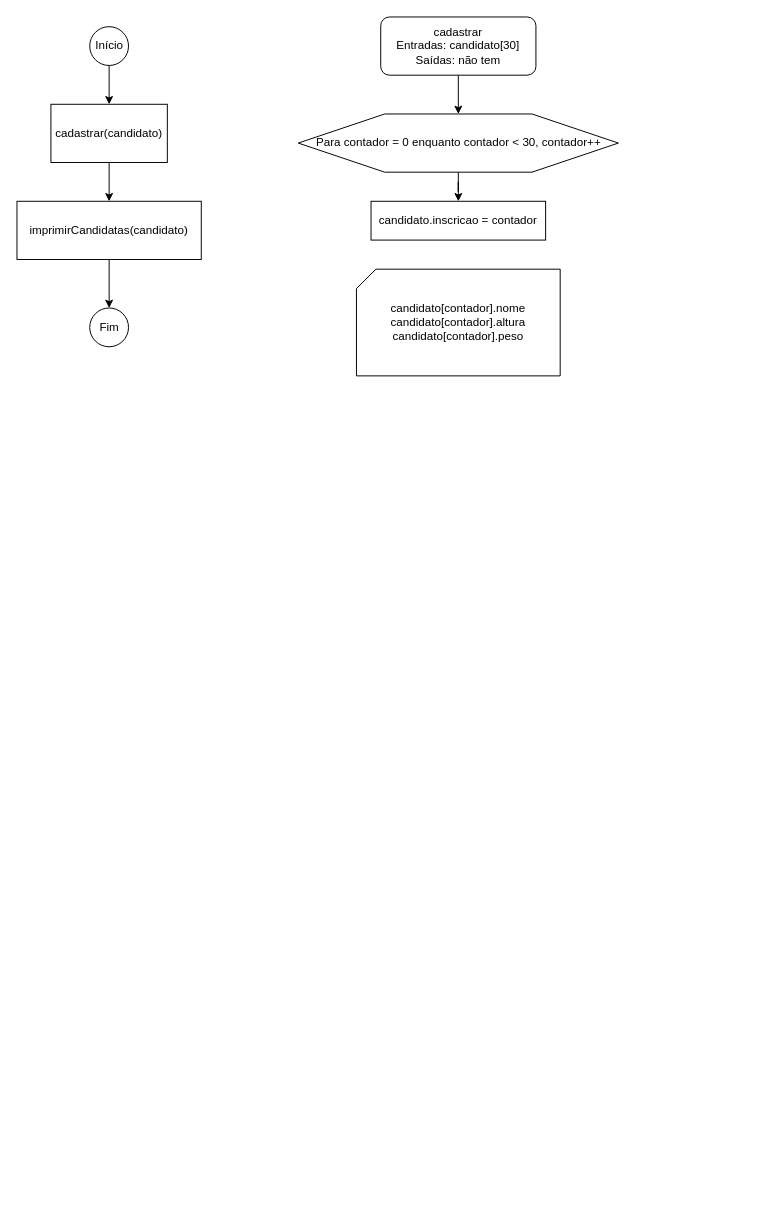
This is semestre01/LOG1/Listas/Lista5-Estruturas/diagramas/ex1.drawio from Marchinner/Faculdade, a draw.io file, before an edit. Source tidied: cells renumbered, new cells numbered last; positions are measured from the earlier drawing's top-left corner, leaving out a move shared by most shapes. Both pictures are drawn from the tidied source at 97%, with x=0, y=0 at pixel (16, 16).
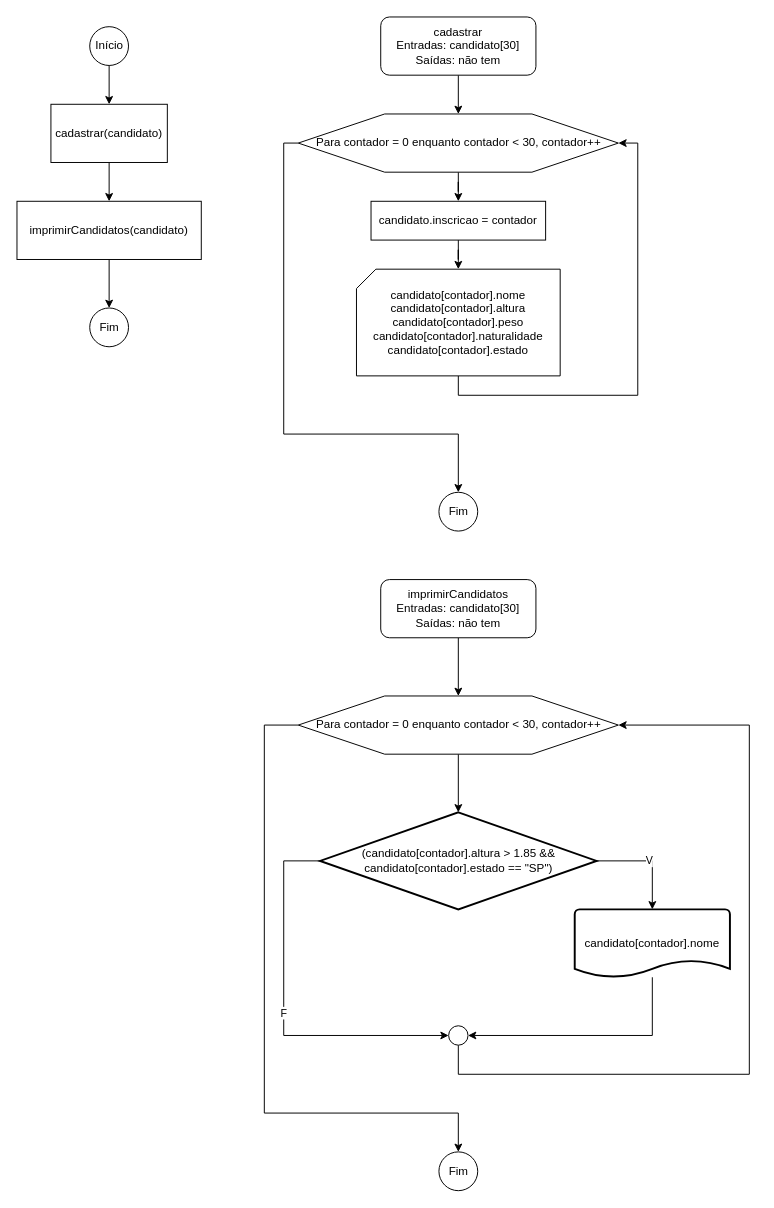
The same diagram, later.

Unchanged cells that the change refers to:
```xml
<mxCell id="12" value="Para contador = 0 enquanto contador &amp;lt; 30, contador++" style="verticalLabelPosition=middle;verticalAlign=middle;html=1;shape=hexagon;perimeter=hexagonPerimeter2;arcSize=6;size=0.27;labelPosition=center;align=center;" parent="1" vertex="1">
  <mxGeometry x="290" y="100" width="330" height="60" as="geometry" />
</mxCell>
<mxCell id="13" value="candidato.inscricao = contador" style="rounded=0;whiteSpace=wrap;html=1;" parent="1" vertex="1">
  <mxGeometry x="365" y="190" width="180" height="40" as="geometry" />
</mxCell>
```

Diff of the diagram source:
```diff
@@
-    <mxCell id="7" value="imprimirCandidatas(candidato)" style="rounded=0;whiteSpace=wrap;html=1;" parent="1" vertex="1">
+    <mxCell id="7" value="imprimirCandidatos(candidato)" style="rounded=0;whiteSpace=wrap;html=1;" parent="1" vertex="1">
       <mxGeometry y="190" width="190" height="60" as="geometry" />
     </mxCell>
@@
+    <mxCell id="15" style="edgeStyle=orthogonalEdgeStyle;rounded=0;jettySize=auto;html=1;entryX=0.5;entryY=0;entryDx=0;entryDy=0;entryPerimeter=0;" parent="1" edge="1" source="12" target="18">
+      <mxGeometry relative="1" as="geometry">
+        <Array as="points">
+          <mxPoint x="275" y="130" />
+          <mxPoint x="275" y="430" />
+          <mxPoint x="455" y="430" />
+        </Array>
+      </mxGeometry>
+    </mxCell>
@@
+    <mxCell id="16" style="edgeStyle=orthogonalEdgeStyle;rounded=0;jettySize=auto;html=1;" parent="1" edge="1" source="13" target="14">
+      <mxGeometry relative="1" as="geometry" />
+    </mxCell>
@@
+    <mxCell id="17" style="edgeStyle=orthogonalEdgeStyle;rounded=0;jettySize=auto;html=1;entryX=1;entryY=0.5;entryDx=0;entryDy=0;" parent="1" edge="1" source="14" target="12">
+      <mxGeometry relative="1" as="geometry">
+        <Array as="points">
+          <mxPoint x="455" y="390" />
+          <mxPoint x="640" y="390" />
+          <mxPoint x="640" y="130" />
+        </Array>
+      </mxGeometry>
+    </mxCell>
-    <mxCell id="14" value="candidato[contador].nome&lt;br&gt;candidato[contador].altura&lt;br&gt;candidato[contador].peso" style="verticalLabelPosition=middle;verticalAlign=middle;html=1;shape=card;whiteSpace=wrap;size=20;arcSize=12;labelPosition=center;align=center;" parent="1" vertex="1">
+    <mxCell id="14" value="candidato[contador].nome&lt;br&gt;candidato[contador].altura&lt;br&gt;candidato[contador].peso&lt;br&gt;candidato[contador].naturalidade&lt;br&gt;candidato[contador].estado" style="verticalLabelPosition=middle;verticalAlign=middle;html=1;shape=card;whiteSpace=wrap;size=20;arcSize=12;labelPosition=center;align=center;" parent="1" vertex="1">
       <mxGeometry x="350" y="260" width="210" height="110" as="geometry" />
     </mxCell>
+    <mxCell id="18" value="Fim" style="verticalLabelPosition=middle;verticalAlign=middle;html=1;shape=mxgraph.flowchart.on-page_reference;labelPosition=center;align=center;" parent="1" vertex="1">
+      <mxGeometry x="435" y="490" width="40" height="40" as="geometry" />
+    </mxCell>
+    <mxCell id="19" style="edgeStyle=orthogonalEdgeStyle;rounded=0;jettySize=auto;html=1;" parent="1" edge="1" source="20" target="23">
+      <mxGeometry relative="1" as="geometry" />
+    </mxCell>
+    <mxCell id="20" value="imprimirCandidatos&lt;br&gt;Entradas: candidato[30]&lt;br&gt;Saídas: não tem" style="rounded=1;whiteSpace=wrap;html=1;" parent="1" vertex="1">
+      <mxGeometry x="375" y="580" width="160" height="60" as="geometry" />
+    </mxCell>
+    <mxCell id="21" style="edgeStyle=orthogonalEdgeStyle;rounded=0;jettySize=auto;html=1;" parent="1" edge="1" source="23" target="26">
+      <mxGeometry relative="1" as="geometry" />
+    </mxCell>
+    <mxCell id="22" style="edgeStyle=orthogonalEdgeStyle;rounded=0;jettySize=auto;html=1;entryX=0.5;entryY=0;entryDx=0;entryDy=0;entryPerimeter=0;" parent="1" edge="1" source="23" target="31">
+      <mxGeometry relative="1" as="geometry">
+        <Array as="points">
+          <mxPoint x="255" y="730" />
+          <mxPoint x="255" y="1130" />
+          <mxPoint x="455" y="1130" />
+        </Array>
+      </mxGeometry>
+    </mxCell>
+    <mxCell id="23" value="Para contador = 0 enquanto contador &amp;lt; 30, contador++" style="verticalLabelPosition=middle;verticalAlign=middle;html=1;shape=hexagon;perimeter=hexagonPerimeter2;arcSize=6;size=0.27;labelPosition=center;align=center;" parent="1" vertex="1">
+      <mxGeometry x="290" y="700" width="330" height="60" as="geometry" />
+    </mxCell>
+    <mxCell id="24" value="V" style="edgeStyle=orthogonalEdgeStyle;rounded=0;jettySize=auto;html=1;" parent="1" edge="1" source="26" target="28">
+      <mxGeometry relative="1" as="geometry">
+        <Array as="points">
+          <mxPoint x="655" y="870" />
+        </Array>
+      </mxGeometry>
+    </mxCell>
+    <mxCell id="25" value="F" style="edgeStyle=orthogonalEdgeStyle;rounded=0;jettySize=auto;html=1;entryX=0;entryY=0.5;entryDx=0;entryDy=0;entryPerimeter=0;" parent="1" edge="1" source="26" target="30">
+      <mxGeometry relative="1" as="geometry">
+        <Array as="points">
+          <mxPoint x="275" y="870" />
+          <mxPoint x="275" y="1050" />
+        </Array>
+      </mxGeometry>
+    </mxCell>
+    <mxCell id="26" value="(candidato[contador].altura &amp;gt; 1.85 &amp;amp;&amp;amp; candidato[contador].estado == &quot;SP&quot;)" style="strokeWidth=2;html=1;shape=mxgraph.flowchart.decision;whiteSpace=wrap;" parent="1" vertex="1">
+      <mxGeometry x="312.5" y="820" width="285" height="100" as="geometry" />
+    </mxCell>
+    <mxCell id="27" style="edgeStyle=orthogonalEdgeStyle;rounded=0;jettySize=auto;html=1;entryX=1;entryY=0.5;entryDx=0;entryDy=0;entryPerimeter=0;" parent="1" edge="1" source="28" target="30">
+      <mxGeometry relative="1" as="geometry">
+        <Array as="points">
+          <mxPoint x="655" y="1050" />
+        </Array>
+      </mxGeometry>
+    </mxCell>
+    <mxCell id="28" value="candidato[contador].nome" style="strokeWidth=2;html=1;shape=mxgraph.flowchart.document2;whiteSpace=wrap;size=0.25;" parent="1" vertex="1">
+      <mxGeometry x="575" y="920" width="160" height="70" as="geometry" />
+    </mxCell>
+    <mxCell id="29" style="edgeStyle=orthogonalEdgeStyle;rounded=0;jettySize=auto;html=1;entryX=1;entryY=0.5;entryDx=0;entryDy=0;" parent="1" edge="1" source="30" target="23">
+      <mxGeometry relative="1" as="geometry">
+        <Array as="points">
+          <mxPoint x="455" y="1090" />
+          <mxPoint x="755" y="1090" />
+          <mxPoint x="755" y="730" />
+        </Array>
+      </mxGeometry>
+    </mxCell>
+    <mxCell id="30" style="verticalLabelPosition=bottom;verticalAlign=top;html=1;shape=mxgraph.flowchart.on-page_reference;" parent="1" vertex="1">
+      <mxGeometry x="445" y="1040" width="20" height="20" as="geometry" />
+    </mxCell>
+    <mxCell id="31" value="Fim" style="verticalLabelPosition=middle;verticalAlign=middle;html=1;shape=mxgraph.flowchart.on-page_reference;labelPosition=center;align=center;" parent="1" vertex="1">
+      <mxGeometry x="435" y="1170" width="40" height="40" as="geometry" />
+    </mxCell>
```
